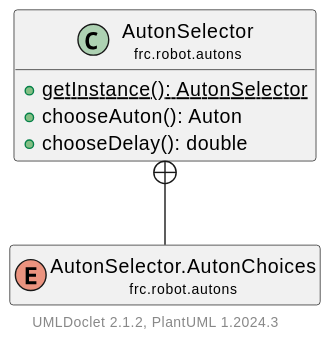
LakotaRobotics1038/2026RobotProject keeps this PlantUML diagram as docs/uml/frc/robot/autons/AutonSelector.svg. Above is the earlier version. The source it was exported from:
```plantuml
@startuml
    set namespaceSeparator none
    hide empty fields
    hide empty methods

    class "<size:14>AutonSelector\n<size:10>frc.robot.autons" as frc.robot.autons.AutonSelector [[AutonSelector.html]] {
        {static} +getInstance(): AutonSelector
        +chooseAuton(): Auton
        +chooseDelay(): double
    }
    enum "<size:14>AutonSelector.AutonChoices\n<size:10>frc.robot.autons" as frc.robot.autons.AutonSelector.AutonChoices [[AutonSelector.AutonChoices.html]]

    frc.robot.autons.AutonSelector +-- frc.robot.autons.AutonSelector.AutonChoices
    center footer UMLDoclet 2.1.2, PlantUML %version()
@enduml
```
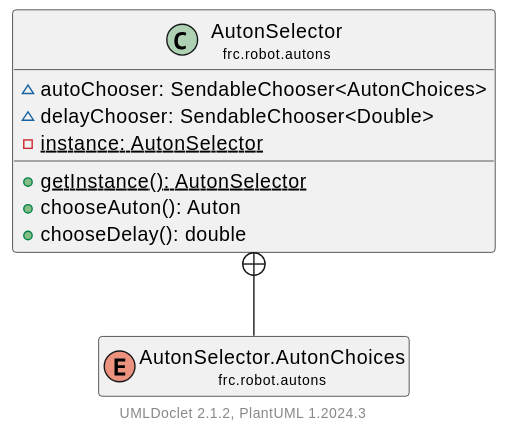
The same diagram one commit later.

The edit, as a diff of the source:
```diff
@@ -4,6 +4,9 @@
     hide empty methods
 
     class "<size:14>AutonSelector\n<size:10>frc.robot.autons" as frc.robot.autons.AutonSelector [[AutonSelector.html]] {
+        ~autoChooser: SendableChooser<AutonChoices>
+        ~delayChooser: SendableChooser<Double>
+        {static} -instance: AutonSelector
         {static} +getInstance(): AutonSelector
         +chooseAuton(): Auton
         +chooseDelay(): double
```
